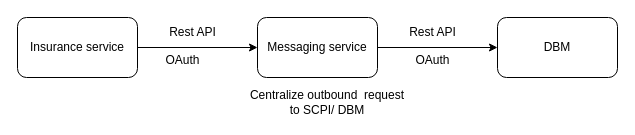
Above: page "INT-045" (11 of 11) of Untitled Diagram.drawio in hoa89nguyen/testGIT (draw.io), before the change. Source tidied: cells renumbered, new cells numbered last; positions are measured from the earlier drawing's top-left corner, leaving out a move shared by most shapes. Both pictures are drawn from the tidied source at 100%, with x=0, y=0 at pixel (17, 17).
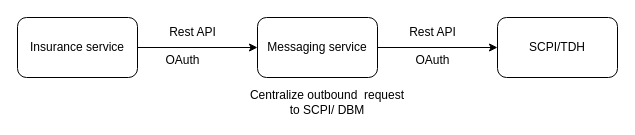
Above is the later version.

Change to the diagram source:
```diff
@@
 <mxGraphModel>
   <root>
     <mxCell id="0" />
     <mxCell id="1" parent="0" />
     <mxCell id="2" value="Insurance service" style="rounded=1;whiteSpace=wrap;html=1;" parent="1" vertex="1">
       <mxGeometry width="120" height="60" as="geometry" />
     </mxCell>
     <mxCell id="3" value="Messaging service" style="rounded=1;whiteSpace=wrap;html=1;" parent="1" vertex="1">
       <mxGeometry x="240" width="120" height="60" as="geometry" />
     </mxCell>
-    <mxCell id="4" value="DBM" style="rounded=1;whiteSpace=wrap;html=1;" parent="1" vertex="1">
+    <mxCell id="4" value="SCPI/&lt;span style=&quot;background-color: transparent; color: light-dark(rgb(0, 0, 0), rgb(255, 255, 255));&quot;&gt;TDH&lt;/span&gt;" style="rounded=1;whiteSpace=wrap;html=1;" parent="1" vertex="1">
       <mxGeometry x="480" width="120" height="60" as="geometry" />
     </mxCell>
     <mxCell id="5" style="endArrow=classic;html=1;rounded=0;entryX=0;entryY=0.5;entryDx=0;entryDy=0;" parent="1" edge="1" target="3">
       <mxGeometry relative="1" as="geometry">
         <mxPoint x="120" y="30" as="sourcePoint" />
       </mxGeometry>
     </mxCell>
     <mxCell id="6" style="endArrow=classic;html=1;rounded=0;entryX=0;entryY=0.5;entryDx=0;entryDy=0;" parent="1" edge="1" target="4">
       <mxGeometry relative="1" as="geometry">
         <mxPoint x="360" y="30" as="sourcePoint" />
       </mxGeometry>
     </mxCell>
     <mxCell id="7" value="Rest API" style="text;html=1;align=center;verticalAlign=middle;strokeColor=none;fillColor=none;" parent="1" vertex="1">
       <mxGeometry x="140" width="70" height="30" as="geometry" />
     </mxCell>
     <mxCell id="8" value="Rest API" style="text;html=1;align=center;verticalAlign=middle;strokeColor=none;fillColor=none;" parent="1" vertex="1">
       <mxGeometry x="380" width="70" height="30" as="geometry" />
     </mxCell>
     <mxCell id="9" value="Centralize outbound&amp;nbsp; request to SCPI/ DBM" style="text;html=1;align=center;verticalAlign=middle;whiteSpace=wrap;rounded=0;" parent="1" vertex="1">
       <mxGeometry x="230" y="70" width="160" height="30" as="geometry" />
     </mxCell>
     <mxCell id="10" value="OAuth" style="text;html=1;align=center;verticalAlign=middle;strokeColor=none;fillColor=none;" parent="1" vertex="1">
       <mxGeometry x="385" y="28" width="60" height="30" as="geometry" />
     </mxCell>
     <mxCell id="11" value="OAuth" style="text;html=1;align=center;verticalAlign=middle;strokeColor=none;fillColor=none;" parent="1" vertex="1">
       <mxGeometry x="135" y="28" width="60" height="30" as="geometry" />
     </mxCell>
   </root>
 </mxGraphModel>
```
